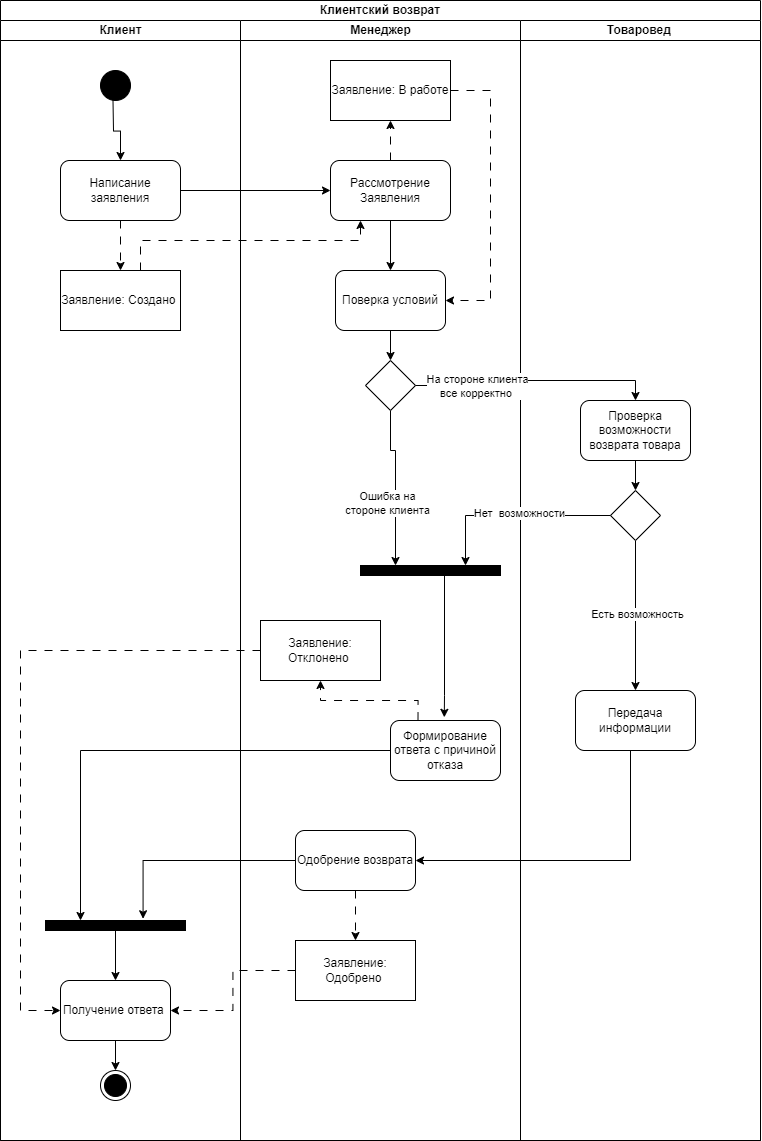
This is image/hw06.png from Artem-Karmeev/Business_process_modeling_seminars, a draw.io export, as it was before one commit. Source tidied: cells renumbered, new cells last; positions are measured from the earlier drawing's top-left corner, leaving out a move shared by most shapes.
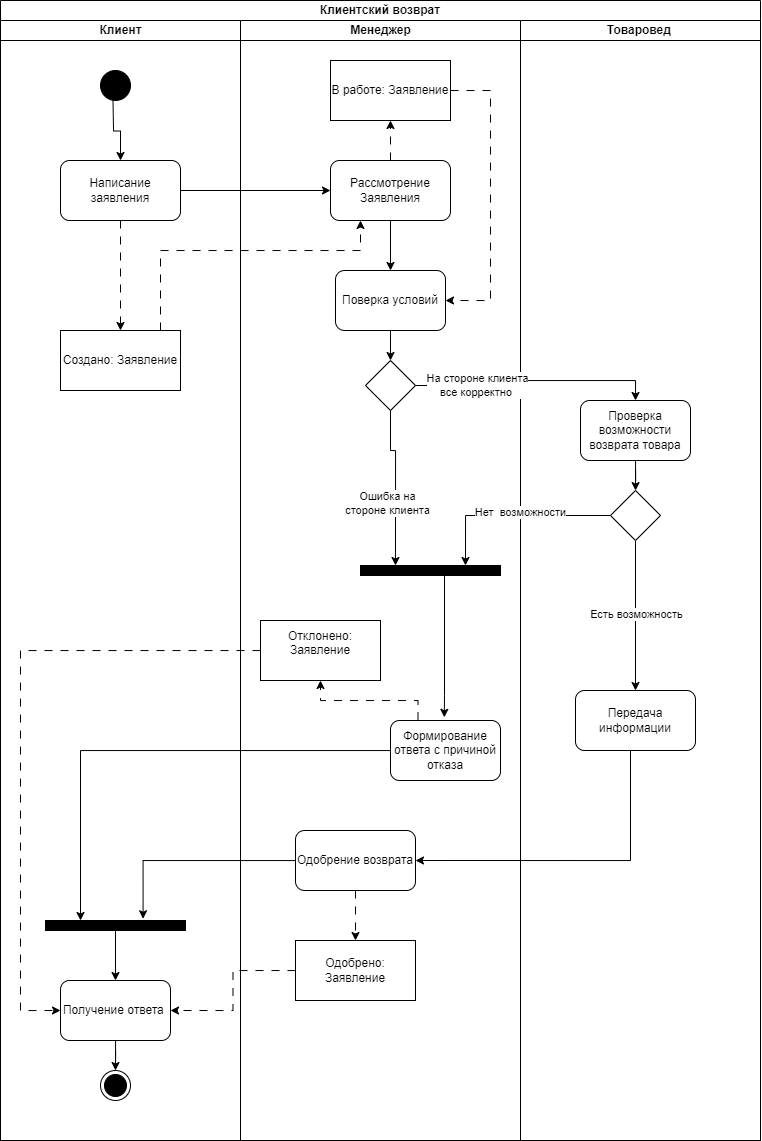
After the change.

The edit, as a diff of the source:
```diff
@@ -11,8 +11,8 @@
     <mxCell id="4" style="edgeStyle=orthogonalEdgeStyle;rounded=0;jettySize=auto;html=1;dashed=1;dashPattern=8 8;entryX=0.25;entryY=1;entryDx=0;entryDy=0;" parent="2" edge="1" source="9" target="21">
       <mxGeometry relative="1" as="geometry">
         <Array as="points">
-          <mxPoint x="140" y="240" />
-          <mxPoint x="360" y="240" />
+          <mxPoint x="160" y="250" />
+          <mxPoint x="360" y="250" />
         </Array>
       </mxGeometry>
     </mxCell>
@@ -30,8 +30,8 @@
     <mxCell id="8" value="Написание заявления" style="rounded=1;whiteSpace=wrap;html=1;" parent="5" vertex="1">
       <mxGeometry x="60" y="140" width="120" height="60" as="geometry" />
     </mxCell>
-    <mxCell id="9" value="Заявление: Создано&amp;nbsp;" style="rounded=0;whiteSpace=wrap;html=1;" parent="5" vertex="1">
-      <mxGeometry x="60" y="250" width="120" height="60" as="geometry" />
+    <mxCell id="9" value="Создано:&amp;nbsp;Заявление" style="rounded=0;whiteSpace=wrap;html=1;" parent="5" vertex="1">
+      <mxGeometry x="60" y="310" width="120" height="60" as="geometry" />
     </mxCell>
     <mxCell id="10" style="edgeStyle=orthogonalEdgeStyle;rounded=0;jettySize=auto;html=1;" parent="5" edge="1" source="11" target="12">
       <mxGeometry relative="1" as="geometry" />
@@ -77,7 +77,7 @@
         </Array>
       </mxGeometry>
     </mxCell>
-    <mxCell id="23" value="Заявление: В работе" style="rounded=0;whiteSpace=wrap;html=1;" parent="16" vertex="1">
+    <mxCell id="23" value="В работе: Заявление" style="rounded=0;whiteSpace=wrap;html=1;" parent="16" vertex="1">
       <mxGeometry x="90" y="40" width="120" height="60" as="geometry" />
     </mxCell>
     <mxCell id="24" style="edgeStyle=orthogonalEdgeStyle;rounded=0;jettySize=auto;html=1;exitX=0.5;exitY=1;exitDx=0;exitDy=0;exitPerimeter=0;entryX=0.25;entryY=0;entryDx=0;entryDy=0;" parent="16" edge="1" source="26" target="28">
@@ -108,13 +108,13 @@
     <mxCell id="30" value="Одобрение возврата" style="rounded=1;whiteSpace=wrap;html=1;" parent="16" vertex="1">
       <mxGeometry x="55" y="810" width="120" height="60" as="geometry" />
     </mxCell>
-    <mxCell id="31" value="Заявление: Отклонено&amp;nbsp;" style="rounded=0;whiteSpace=wrap;html=1;" parent="16" vertex="1">
+    <mxCell id="31" value="Отклонено: Заявление&lt;br&gt;&amp;nbsp;" style="rounded=0;whiteSpace=wrap;html=1;" parent="16" vertex="1">
       <mxGeometry x="20" y="600" width="120" height="60" as="geometry" />
     </mxCell>
     <mxCell id="32" style="edgeStyle=orthogonalEdgeStyle;rounded=0;jettySize=auto;html=1;dashed=1;dashPattern=8 8;exitX=0.25;exitY=0;exitDx=0;exitDy=0;" parent="16" edge="1" source="27" target="31">
       <mxGeometry relative="1" as="geometry" />
     </mxCell>
-    <mxCell id="33" value="Заявление: Одобрено&amp;nbsp;" style="rounded=0;whiteSpace=wrap;html=1;" parent="16" vertex="1">
+    <mxCell id="33" value="Одобрено: Заявление" style="rounded=0;whiteSpace=wrap;html=1;" parent="16" vertex="1">
       <mxGeometry x="55" y="920" width="120" height="60" as="geometry" />
     </mxCell>
     <mxCell id="34" style="edgeStyle=orthogonalEdgeStyle;rounded=0;jettySize=auto;html=1;entryX=0.489;entryY=-0.053;entryDx=0;entryDy=0;entryPerimeter=0;" parent="16" edge="1" target="27">
```
